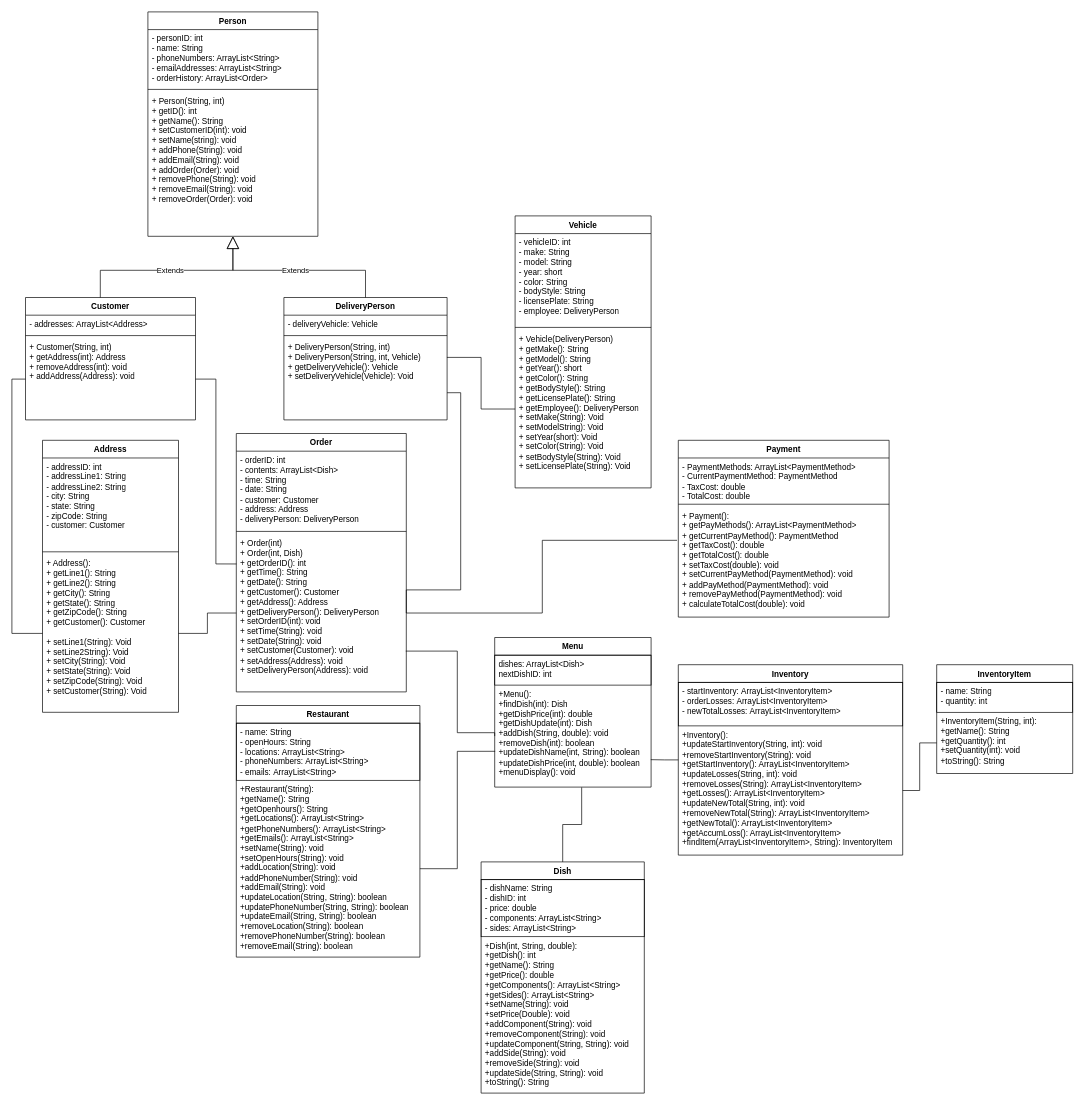
amayeux6704/food-manager keeps this draw.io diagram as Part 2/Stage 2 UML Diagram.drawio. Above is the earlier version. Source tidied: cells renumbered, new cells numbered last; positions are measured from the earlier drawing's top-left corner, leaving out a move shared by most shapes. Both pictures are drawn from the tidied source at 68%, with x=0, y=0 at pixel (25, 12).
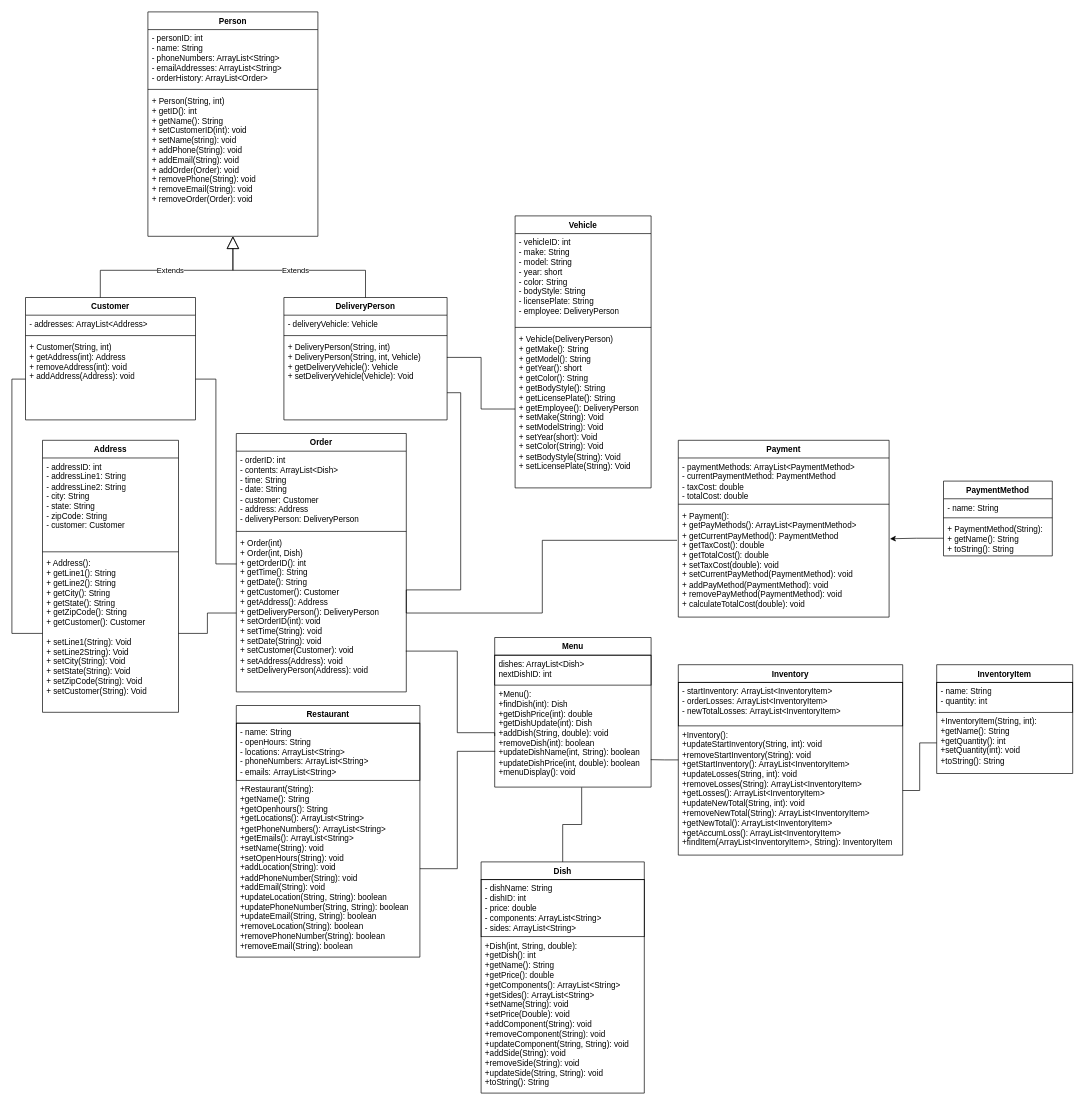
Above is the later version.

Commit message (it also covers changes not shown here):
Added the PaymentMethod Class to the UML Diagram and Updated My txt File.

Unchanged cells that the change refers to:
```xml
<mxCell id="42" value="Payment" style="swimlane;fontStyle=1;align=center;verticalAlign=top;horizontal=1;startSize=26;whiteSpace=wrap;html=1;" parent="1" vertex="1">
  <mxGeometry x="960" y="630" width="310" height="260" as="geometry" />
</mxCell>
<mxCell id="45" value="&lt;div&gt;&lt;div&gt;&lt;div&gt;+ Payment():&lt;/div&gt;&lt;/div&gt;&lt;/div&gt;&lt;div&gt;+ getPayMethods(): ArrayList&amp;lt;PaymentMethod&amp;gt;&lt;/div&gt;&lt;div&gt;+ getCurrentPayMethod(): PaymentMethod&lt;/div&gt;&lt;div&gt;+ getTaxCost(): double&lt;/div&gt;&lt;div&gt;+ getTotalCost(): double&lt;/div&gt;&lt;div&gt;+ setTaxCost(double): void&lt;/div&gt;&lt;div&gt;+ setCurrentPayMethod(&lt;span style=&quot;background-color: transparent; color: light-dark(rgb(0, 0, 0), rgb(255, 255, 255));&quot;&gt;PaymentMethod&lt;/span&gt;&lt;span style=&quot;background-color: transparent; color: light-dark(rgb(0, 0, 0), rgb(255, 255, 255));&quot;&gt;): void&lt;/span&gt;&lt;/div&gt;&lt;div&gt;+ addPayMethod(&lt;span style=&quot;background-color: transparent; color: light-dark(rgb(0, 0, 0), rgb(255, 255, 255));&quot;&gt;PaymentMethod&lt;/span&gt;&lt;span style=&quot;background-color: transparent; color: light-dark(rgb(0, 0, 0), rgb(255, 255, 255));&quot;&gt;): void&lt;/span&gt;&lt;/div&gt;&lt;div&gt;+ removePayMethod(PaymentMethod): void&lt;/div&gt;&lt;div&gt;+ calculateTotalCost(double): void&lt;/div&gt;" style="text;strokeColor=none;fillColor=none;align=left;verticalAlign=top;spacingLeft=4;spacingRight=4;overflow=hidden;points=[[0,0.5],[1,0.5]];portConstraint=eastwest;whiteSpace=wrap;html=1;" parent="42" vertex="1">
  <mxGeometry y="98" width="310" height="162" as="geometry" />
</mxCell>
```

The edit, as a diff of the source:
```diff
@@
-    <mxCell id="43" value="- PaymentMethods: ArrayList&amp;lt;PaymentMethod&amp;gt;&lt;div&gt;- CurrentPaymentMethod: PaymentMethod&lt;br&gt;&lt;div&gt;- TaxCost: double&lt;/div&gt;&lt;div&gt;- TotalCost: double&lt;/div&gt;&lt;/div&gt;" style="text;strokeColor=none;fillColor=none;align=left;verticalAlign=top;spacingLeft=4;spacingRight=4;overflow=hidden;whiteSpace=wrap;html=1;" parent="42" vertex="1">
+    <mxCell id="43" value="- paymentMethods: ArrayList&amp;lt;PaymentMethod&amp;gt;&lt;div&gt;- currentPaymentMethod: PaymentMethod&lt;br&gt;&lt;div&gt;- taxCost: double&lt;/div&gt;&lt;div&gt;- totalCost: double&lt;/div&gt;&lt;/div&gt;" style="text;strokeColor=none;fillColor=none;align=left;verticalAlign=top;spacingLeft=4;spacingRight=4;overflow=hidden;whiteSpace=wrap;html=1;" parent="42" vertex="1">
       <mxGeometry y="26" width="310" height="64" as="geometry" />
     </mxCell>
@@
+    <mxCell id="58" value="PaymentMethod" style="swimlane;fontStyle=1;align=center;verticalAlign=top;horizontal=1;startSize=26;whiteSpace=wrap;html=1;" parent="1" vertex="1">
+      <mxGeometry x="1350" y="690" width="160" height="110" as="geometry" />
+    </mxCell>
+    <mxCell id="59" value="- name: String" style="text;strokeColor=none;fillColor=none;align=left;verticalAlign=top;spacingLeft=4;spacingRight=4;overflow=hidden;whiteSpace=wrap;html=1;" parent="58" vertex="1">
+      <mxGeometry y="26" width="160" height="24" as="geometry" />
+    </mxCell>
+    <mxCell id="60" style="line;strokeWidth=1;fillColor=none;align=left;verticalAlign=middle;spacingTop=-1;spacingLeft=3;spacingRight=3;labelPosition=right;strokeColor=inherit;" parent="58" vertex="1">
+      <mxGeometry y="50" width="160" height="8" as="geometry" />
+    </mxCell>
+    <mxCell id="61" value="&lt;div&gt;&lt;div&gt;&lt;div&gt;+ PaymentMethod(String):&lt;/div&gt;&lt;/div&gt;&lt;/div&gt;&lt;div&gt;+ getName(): String&lt;/div&gt;&lt;div&gt;+ toString(): String&lt;/div&gt;" style="text;strokeColor=none;fillColor=none;align=left;verticalAlign=top;spacingLeft=4;spacingRight=4;overflow=hidden;points=[[0,0.5],[1,0.5]];portConstraint=eastwest;whiteSpace=wrap;html=1;" parent="58" vertex="1">
+      <mxGeometry y="58" width="160" height="52" as="geometry" />
+    </mxCell>
+    <mxCell id="62" style="edgeStyle=orthogonalEdgeStyle;rounded=0;jettySize=auto;html=1;entryX=1.004;entryY=0.289;entryDx=0;entryDy=0;entryPerimeter=0;" parent="1" edge="1" source="61" target="45">
+      <mxGeometry relative="1" as="geometry" />
+    </mxCell>
```
